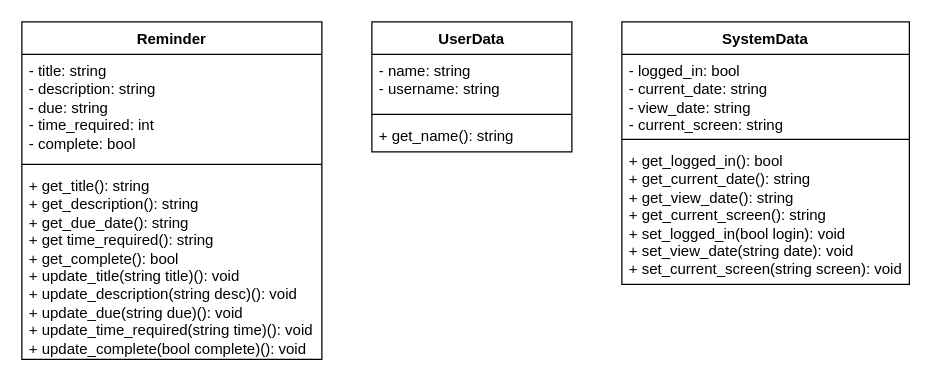
Earlier version of the draw.io diagram UML Diagrams.drawio (LukaWG/COMP1004). Source tidied: cells renumbered, new cells numbered last; positions are measured from the earlier drawing's top-left corner, leaving out a move shared by most shapes. Both pictures are drawn from the tidied source at 125%, with x=0, y=0 at pixel (21, 21).
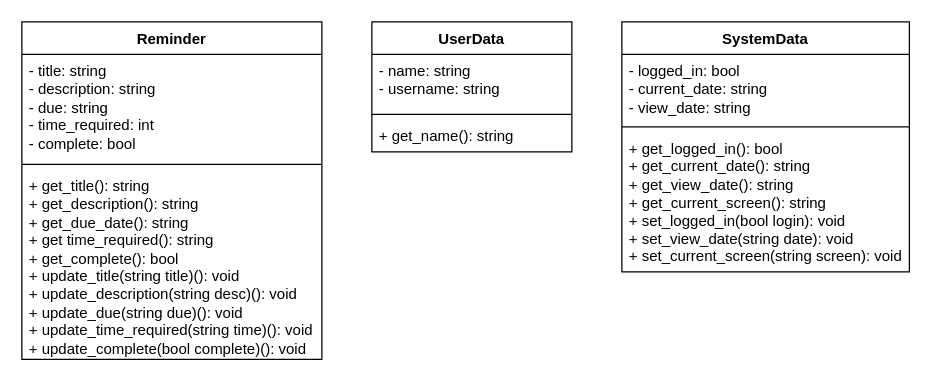
After the change.

What changed in the source:
```diff
@@
 <mxGraphModel>
   <root>
     <mxCell id="0" />
     <mxCell id="1" parent="0" />
     <mxCell id="2" value="Reminder" style="swimlane;fontStyle=1;align=center;verticalAlign=top;horizontal=1;startSize=26;whiteSpace=wrap;html=1;" parent="1" vertex="1">
       <mxGeometry width="240" height="270" as="geometry" />
     </mxCell>
     <mxCell id="3" value="- title: string&lt;br&gt;- description: string&lt;br&gt;- due: string&lt;br&gt;- time_required: int&lt;br&gt;- complete: bool" style="text;strokeColor=none;fillColor=none;align=left;verticalAlign=top;spacingLeft=4;spacingRight=4;overflow=hidden;whiteSpace=wrap;html=1;" parent="2" vertex="1">
       <mxGeometry y="26" width="240" height="84" as="geometry" />
     </mxCell>
     <mxCell id="4" style="line;strokeWidth=1;fillColor=none;align=left;verticalAlign=middle;spacingTop=-1;spacingLeft=3;spacingRight=3;labelPosition=right;strokeColor=inherit;" parent="2" vertex="1">
       <mxGeometry y="110" width="240" height="8" as="geometry" />
     </mxCell>
     <mxCell id="5" value="+ get_title(): string&lt;br&gt;+ get_description(): string&lt;br&gt;+ get_due_date(): string&lt;br&gt;+ get time_required(): string&lt;br&gt;+ get_complete(): bool&lt;br style=&quot;border-color: var(--border-color);&quot;&gt;+ update_title(string title)(): void&lt;br style=&quot;border-color: var(--border-color);&quot;&gt;+ update_description(string desc)(): void&lt;br style=&quot;border-color: var(--border-color);&quot;&gt;+ update_due(string due)(): void&lt;br style=&quot;border-color: var(--border-color);&quot;&gt;+ update_time_required(string time)(): void&lt;br style=&quot;border-color: var(--border-color);&quot;&gt;+ update_complete(bool complete)(): void" style="text;strokeColor=none;fillColor=none;align=left;verticalAlign=top;spacingLeft=4;spacingRight=4;overflow=hidden;whiteSpace=wrap;html=1;" parent="2" vertex="1">
       <mxGeometry y="118" width="240" height="152" as="geometry" />
     </mxCell>
     <mxCell id="6" value="UserData" style="swimlane;fontStyle=1;align=center;verticalAlign=top;horizontal=1;startSize=26;whiteSpace=wrap;html=1;" parent="1" vertex="1">
       <mxGeometry x="280" width="160" height="104" as="geometry" />
     </mxCell>
     <mxCell id="7" value="- name: string&lt;br&gt;- username: string" style="text;strokeColor=none;fillColor=none;align=left;verticalAlign=top;spacingLeft=4;spacingRight=4;overflow=hidden;whiteSpace=wrap;html=1;" parent="6" vertex="1">
       <mxGeometry y="26" width="160" height="44" as="geometry" />
     </mxCell>
     <mxCell id="8" style="line;strokeWidth=1;fillColor=none;align=left;verticalAlign=middle;spacingTop=-1;spacingLeft=3;spacingRight=3;labelPosition=right;strokeColor=inherit;" parent="6" vertex="1">
       <mxGeometry y="70" width="160" height="8" as="geometry" />
     </mxCell>
     <mxCell id="9" value="+ get_name(): string" style="text;strokeColor=none;fillColor=none;align=left;verticalAlign=top;spacingLeft=4;spacingRight=4;overflow=hidden;whiteSpace=wrap;html=1;" parent="6" vertex="1">
       <mxGeometry y="78" width="160" height="26" as="geometry" />
     </mxCell>
     <mxCell id="10" value="SystemData" style="swimlane;fontStyle=1;align=center;verticalAlign=top;horizontal=1;startSize=26;whiteSpace=wrap;html=1;" parent="1" vertex="1">
-      <mxGeometry x="480" width="230" height="210" as="geometry" />
+      <mxGeometry x="480" width="230" height="200" as="geometry" />
     </mxCell>
-    <mxCell id="11" value="- logged_in: bool&lt;br&gt;- current_date: string&lt;br&gt;- view_date: string&lt;br&gt;- current_screen: string" style="text;strokeColor=none;fillColor=none;align=left;verticalAlign=top;spacingLeft=4;spacingRight=4;overflow=hidden;whiteSpace=wrap;html=1;" parent="10" vertex="1">
-      <mxGeometry y="26" width="230" height="64" as="geometry" />
+    <mxCell id="11" value="- logged_in: bool&lt;br&gt;- current_date: string&lt;br&gt;- view_date: string" style="text;strokeColor=none;fillColor=none;align=left;verticalAlign=top;spacingLeft=4;spacingRight=4;overflow=hidden;whiteSpace=wrap;html=1;" parent="10" vertex="1">
+      <mxGeometry y="26" width="230" height="54" as="geometry" />
     </mxCell>
     <mxCell id="12" style="line;strokeWidth=1;fillColor=none;align=left;verticalAlign=middle;spacingTop=-1;spacingLeft=3;spacingRight=3;labelPosition=right;strokeColor=inherit;" parent="10" vertex="1">
-      <mxGeometry y="90" width="230" height="8" as="geometry" />
+      <mxGeometry y="80" width="230" height="8" as="geometry" />
     </mxCell>
     <mxCell id="13" value="+ get_logged_in(): bool&lt;br&gt;+ get_current_date(): string&lt;br&gt;+ get_view_date(): string&lt;br&gt;+ get_current_screen(): string&lt;br&gt;+ set_logged_in(bool login): void&lt;br&gt;+ set_view_date(string date): void&lt;br&gt;+ set_current_screen(string screen): void" style="text;strokeColor=none;fillColor=none;align=left;verticalAlign=top;spacingLeft=4;spacingRight=4;overflow=hidden;whiteSpace=wrap;html=1;" parent="10" vertex="1">
-      <mxGeometry y="98" width="230" height="112" as="geometry" />
+      <mxGeometry y="88" width="230" height="112" as="geometry" />
     </mxCell>
   </root>
 </mxGraphModel>
```
